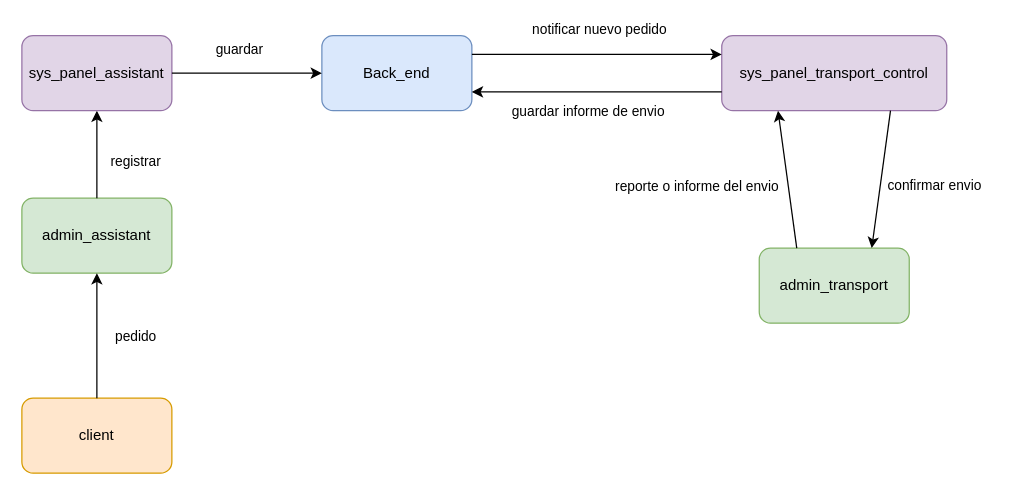
wilfrad/project-fizz-fleet keeps this draw.io diagram as page "proc" (3 of 3) of softwareArchitecture.drawio. Above is the earlier version. Source tidied: cells renumbered, new cells numbered last; positions are measured from the earlier drawing's top-left corner, leaving out a move shared by most shapes. Both pictures are drawn from the tidied source at 125%, with x=0, y=0 at pixel (21, 35).
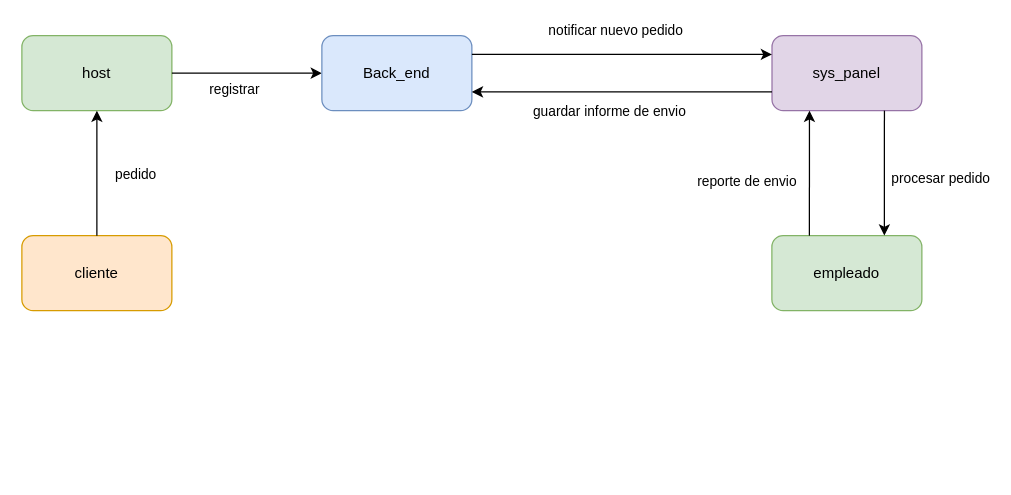
The same page after the edit.

The change refers to these unchanged cells:
```xml
<mxCell id="8" value="Back_end" style="rounded=1;whiteSpace=wrap;html=1;fillColor=#dae8fc;strokeColor=#6c8ebf;fontColor=#000000;" parent="1" vertex="1">
  <mxGeometry x="240" width="120" height="60" as="geometry" />
</mxCell>
<mxCell id="14" style="endArrow=classic;html=1;rounded=0;fontColor=#000000;exitX=1;exitY=0.25;exitDx=0;exitDy=0;entryX=0;entryY=0.25;entryDx=0;entryDy=0;" parent="1" edge="1" source="8" target="13">
  <mxGeometry relative="1" as="geometry" />
</mxCell>
<mxCell id="16" style="endArrow=classic;html=1;rounded=0;fontColor=#000000;exitX=0.75;exitY=1;exitDx=0;exitDy=0;entryX=0.75;entryY=0;entryDx=0;entryDy=0;" parent="1" edge="1" source="13" target="10">
  <mxGeometry relative="1" as="geometry" />
</mxCell>
<mxCell id="18" style="endArrow=classic;html=1;rounded=0;fontColor=#000000;exitX=0.25;exitY=0;exitDx=0;exitDy=0;entryX=0.25;entryY=1;entryDx=0;entryDy=0;" parent="1" edge="1" source="10" target="13">
  <mxGeometry relative="1" as="geometry" />
</mxCell>
```

Diff of the diagram source:
```diff
@@
-    <mxCell id="2" value="admin_assistant" style="rounded=1;whiteSpace=wrap;html=1;fillColor=#d5e8d4;strokeColor=#82b366;fontColor=#000000;" parent="1" vertex="1">
-      <mxGeometry y="130" width="120" height="60" as="geometry" />
+    <mxCell id="2" value="host" style="rounded=1;whiteSpace=wrap;html=1;fillColor=#d5e8d4;strokeColor=#82b366;fontColor=#000000;" parent="1" vertex="1">
+      <mxGeometry width="120" height="60" as="geometry" />
     </mxCell>
-    <mxCell id="3" style="endArrow=classic;html=1;rounded=0;fontColor=#000000;exitX=0.5;exitY=0;exitDx=0;exitDy=0;entryX=0.5;entryY=1;entryDx=0;entryDy=0;" parent="1" edge="1" source="2" target="9">
+    <mxCell id="3" style="endArrow=classic;html=1;rounded=0;fontColor=#000000;exitX=1;exitY=0.5;exitDx=0;exitDy=0;entryX=0;entryY=0.5;entryDx=0;entryDy=0;" parent="1" edge="1" source="2" target="8">
       <mxGeometry relative="1" as="geometry" />
     </mxCell>
     <mxCell id="4" value="registrar" style="edgeLabel;html=1;align=center;verticalAlign=middle;fontColor=#000000;" parent="3" vertex="1">
       <mxGeometry x="0.19" relative="1" as="geometry">
-        <mxPoint x="30" y="12" as="offset" />
+        <mxPoint x="-22" y="12" as="offset" />
       </mxGeometry>
     </mxCell>
-    <mxCell id="5" value="client" style="rounded=1;whiteSpace=wrap;html=1;fillColor=#ffe6cc;strokeColor=#d79b00;fontColor=#000000;" parent="1" vertex="1">
-      <mxGeometry y="290" width="120" height="60" as="geometry" />
+    <mxCell id="5" value="cliente" style="rounded=1;whiteSpace=wrap;html=1;fillColor=#ffe6cc;strokeColor=#d79b00;fontColor=#000000;" parent="1" vertex="1">
+      <mxGeometry y="160" width="120" height="60" as="geometry" />
     </mxCell>
@@
-    <mxCell id="9" value="sys_panel_assistant" style="rounded=1;whiteSpace=wrap;html=1;fillColor=#e1d5e7;strokeColor=#9673a6;fontColor=#000000;" parent="1" vertex="1">
-      <mxGeometry width="120" height="60" as="geometry" />
-    </mxCell>
-    <mxCell id="10" value="admin_transport" style="rounded=1;whiteSpace=wrap;html=1;fillColor=#d5e8d4;strokeColor=#82b366;fontColor=#000000;" parent="1" vertex="1">
-      <mxGeometry x="589.9" y="170" width="120" height="60" as="geometry" />
+    <mxCell id="10" value="empleado" style="rounded=1;whiteSpace=wrap;html=1;fillColor=#d5e8d4;strokeColor=#82b366;fontColor=#000000;" parent="1" vertex="1">
+      <mxGeometry x="600" y="160" width="120" height="60" as="geometry" />
     </mxCell>
-    <mxCell id="11" style="endArrow=classic;html=1;rounded=0;fontColor=#000000;exitX=1;exitY=0.5;exitDx=0;exitDy=0;entryX=0;entryY=0.5;entryDx=0;entryDy=0;" parent="1" edge="1" source="9" target="8">
-      <mxGeometry relative="1" as="geometry" />
-    </mxCell>
-    <mxCell id="12" value="guardar" style="edgeLabel;html=1;align=center;verticalAlign=middle;fontColor=#000000;" parent="11" vertex="1">
-      <mxGeometry x="0.19" relative="1" as="geometry">
-        <mxPoint x="-18" y="-20" as="offset" />
-      </mxGeometry>
-    </mxCell>
-    <mxCell id="13" value="sys_panel_transport_control" style="rounded=1;whiteSpace=wrap;html=1;fillColor=#e1d5e7;strokeColor=#9673a6;fontColor=#000000;" parent="1" vertex="1">
-      <mxGeometry x="559.9" width="180" height="60" as="geometry" />
+    <mxCell id="13" value="sys_panel" style="rounded=1;whiteSpace=wrap;html=1;fillColor=#e1d5e7;strokeColor=#9673a6;fontColor=#000000;" parent="1" vertex="1">
+      <mxGeometry x="600.1" width="119.9" height="60" as="geometry" />
     </mxCell>
@@
     <mxCell id="15" value="notificar nuevo pedido" style="edgeLabel;html=1;align=center;verticalAlign=middle;fontColor=#000000;" parent="14" vertex="1">
       <mxGeometry x="0.19" relative="1" as="geometry">
-        <mxPoint x="-18" y="-20" as="offset" />
+        <mxPoint x="-29" y="-20" as="offset" />
       </mxGeometry>
     </mxCell>
@@
-    <mxCell id="17" value="confirmar envio" style="edgeLabel;html=1;align=center;verticalAlign=middle;fontColor=#000000;" parent="16" vertex="1">
+    <mxCell id="17" value="procesar pedido" style="edgeLabel;html=1;align=center;verticalAlign=middle;fontColor=#000000;" parent="16" vertex="1">
       <mxGeometry x="0.19" relative="1" as="geometry">
         <mxPoint x="44" y="-6" as="offset" />
       </mxGeometry>
     </mxCell>
@@
-    <mxCell id="19" value="reporte o informe del envio" style="edgeLabel;html=1;align=center;verticalAlign=middle;fontColor=#000000;" parent="18" vertex="1">
+    <mxCell id="19" value="reporte de envio" style="edgeLabel;html=1;align=center;verticalAlign=middle;fontColor=#000000;" parent="18" vertex="1">
       <mxGeometry x="0.19" relative="1" as="geometry">
-        <mxPoint x="-71" y="16" as="offset" />
+        <mxPoint x="-51" y="16" as="offset" />
       </mxGeometry>
     </mxCell>
```
